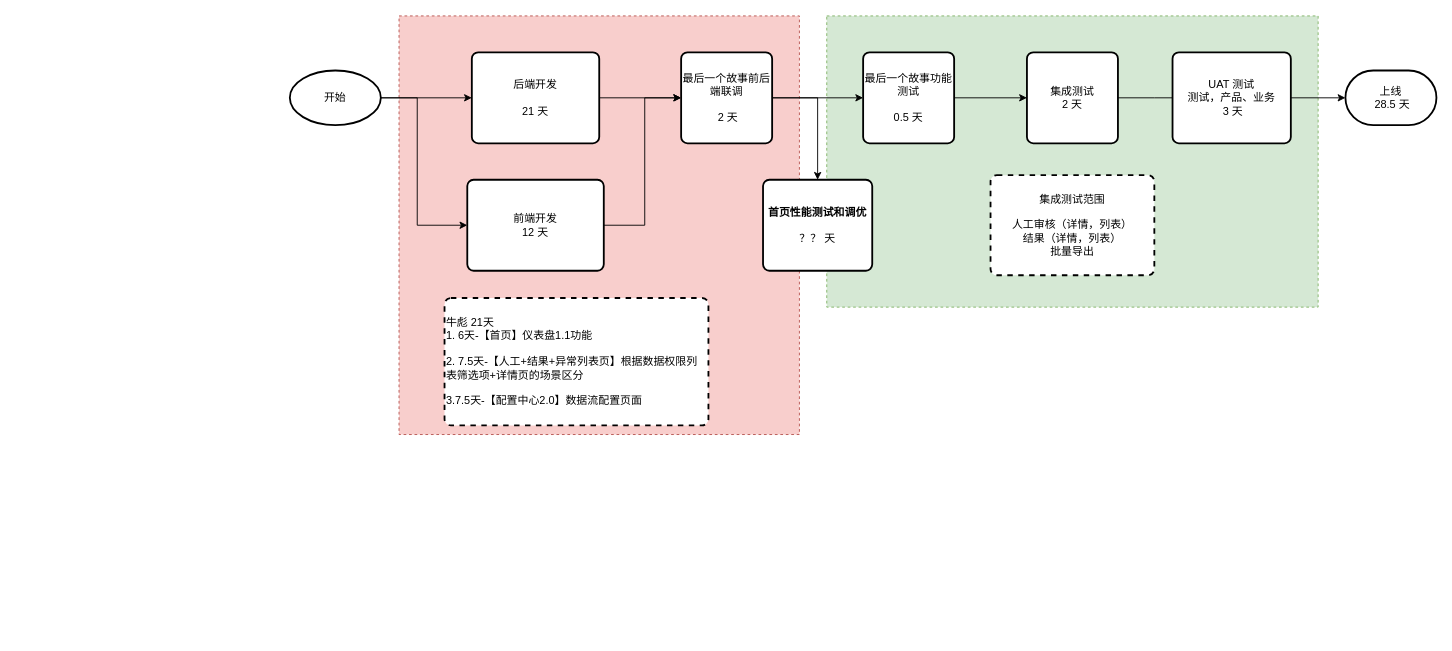
xiaofeng1986/drawIO keeps this draw.io diagram as page "图像中台S10-关键路径" (5 of 6) of Untitled Diagram.drawio. Above is the earlier version. Source tidied: cells renumbered, new cells numbered last; positions are measured from the earlier drawing's top-left corner, leaving out a move shared by most shapes. Both pictures are drawn from the tidied source at 91%, with x=0, y=0 at pixel (16, 15).
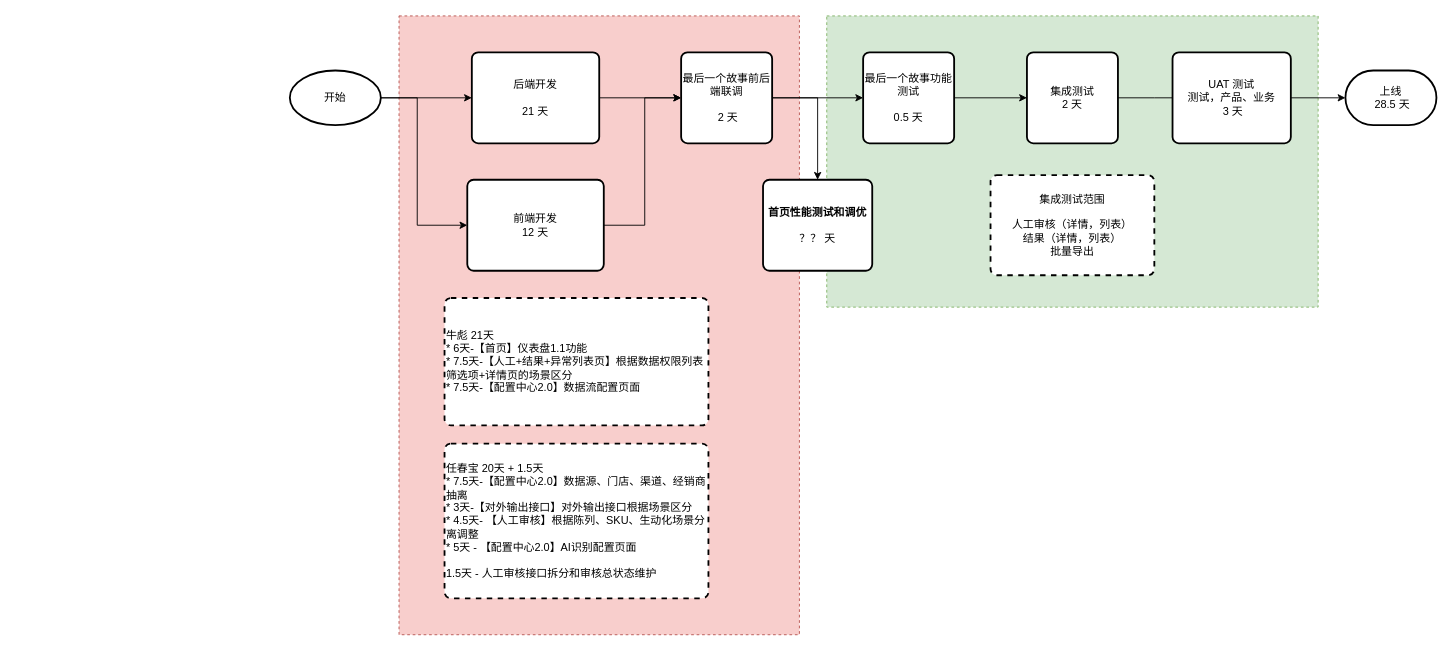
Above is the later version.

The edit, as a diff of the source:
```diff
@@
     <mxCell id="3" style="rounded=0;whiteSpace=wrap;html=1;dashed=1;fillColor=#f8cecc;strokeColor=#b85450;" parent="1" vertex="1">
-      <mxGeometry x="420" width="440" height="460" as="geometry" />
+      <mxGeometry x="420" width="440" height="680" as="geometry" />
     </mxCell>
@@
-    <mxCell id="25" value="&lt;div&gt;牛彪 21天&lt;/div&gt;&lt;div&gt;1. 6天-【首页】仪表盘1.1功能&lt;/div&gt;&lt;div&gt;&lt;br&gt;&lt;/div&gt;&lt;div&gt;2. 7.5天-【人工+结果+异常列表页】根据数据权限列表筛选项+详情页的场景区分&lt;/div&gt;&lt;div&gt;&lt;br&gt;&lt;/div&gt;&lt;div&gt;3.7.5天-【配置中心2.0】数据流配置页面&lt;/div&gt;" style="rounded=1;whiteSpace=wrap;html=1;absoluteArcSize=1;arcSize=14;strokeWidth=2;dashed=1;align=left;" parent="1" vertex="1">
+    <mxCell id="25" value="&lt;div&gt;牛彪 21天&lt;/div&gt;&lt;div&gt;* 6天-【首页】仪表盘1.1功能&lt;/div&gt;&lt;div&gt;&lt;span&gt;* 7.5天-【人工+结果+异常列表页】根据数据权限列表筛选项+详情页的场景区分&lt;/span&gt;&lt;br&gt;&lt;/div&gt;&lt;div&gt;&lt;span&gt;* 7.5天-【配置中心2.0】数据流配置页面&lt;/span&gt;&lt;br&gt;&lt;/div&gt;" style="rounded=1;whiteSpace=wrap;html=1;absoluteArcSize=1;arcSize=14;strokeWidth=2;dashed=1;align=left;" parent="1" vertex="1">
       <mxGeometry x="470" y="310" width="290" height="140" as="geometry" />
     </mxCell>
+    <mxCell id="26" value="&lt;div&gt;任春宝 20天 + 1.5天&lt;/div&gt;&lt;div&gt;* 7.5天-【配置中心2.0】数据源、门店、渠道、经销商抽离&lt;/div&gt;&lt;div&gt;* 3天-【对外输出接口】对外输出接口根据场景区分&lt;/div&gt;&lt;div&gt;&lt;span&gt;* 4.5天- 【人工审核】根据陈列、SKU、生动化场景分离调整&lt;/span&gt;&lt;br&gt;&lt;/div&gt;&lt;div&gt;&lt;span&gt;* 5天 - 【配置中心2.0】AI识别配置页面&lt;/span&gt;&lt;br&gt;&lt;/div&gt;&lt;div&gt;&lt;br&gt;&lt;/div&gt;&lt;div&gt;1.5天 - 人工审核接口拆分和审核总状态维护&lt;/div&gt;" style="rounded=1;whiteSpace=wrap;html=1;absoluteArcSize=1;arcSize=14;strokeWidth=2;dashed=1;align=left;" parent="1" vertex="1">
+      <mxGeometry x="470" y="470" width="290" height="170" as="geometry" />
+    </mxCell>
```
